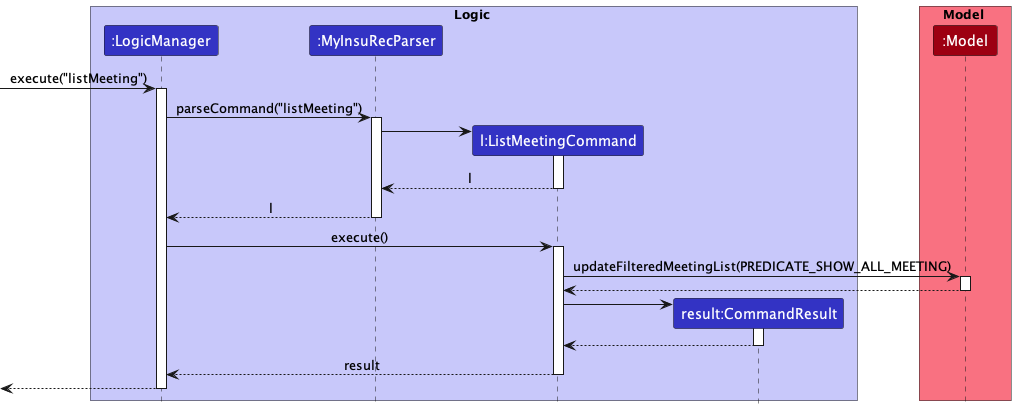
The PlantUML diagram docs/images/ListMeetingSequenceDiagram.png in nus-cs2103-AY2223S1/tp, before a commit. Source of this version:
```plantuml
@startuml
!include style.puml

box Logic LOGIC_COLOR_T1
participant ":LogicManager" as LogicManager LOGIC_COLOR
participant ":MyInsuRecParser" as MyInsuRecParser LOGIC_COLOR
participant "l:ListMeetingCommand" as ListMeetingCommand LOGIC_COLOR
participant "result:CommandResult" as CommandResult LOGIC_COLOR
end box

box Model MODEL_COLOR_T1
participant ":Model" as Model MODEL_COLOR
end box

[-> LogicManager : execute("listMeeting")
activate LogicManager

LogicManager -> MyInsuRecParser : parseCommand("listMeeting")
activate MyInsuRecParser

create ListMeetingCommand
MyInsuRecParser -> ListMeetingCommand
activate ListMeetingCommand

ListMeetingCommand --> MyInsuRecParser : l
deactivate ListMeetingCommand

MyInsuRecParser --> LogicManager : l
deactivate MyInsuRecParser

LogicManager -> ListMeetingCommand : execute()
activate ListMeetingCommand

ListMeetingCommand -> Model : updateFilteredMeetingList(PREDICATE_SHOW_ALL_MEETING)
activate Model

Model --> ListMeetingCommand
deactivate Model

create CommandResult
ListMeetingCommand -> CommandResult
activate CommandResult

CommandResult --> ListMeetingCommand
deactivate CommandResult

ListMeetingCommand --> LogicManager : result
deactivate ListMeetingCommand

[<--LogicManager
deactivate LogicManager
@enduml
```
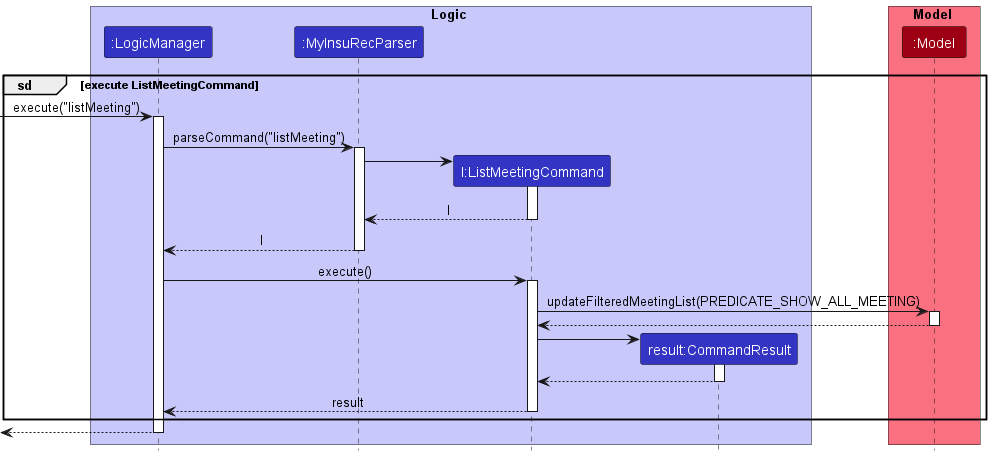
After the change.

Diff of the diagram source:
```diff
@@ -11,7 +11,7 @@
 box Model MODEL_COLOR_T1
 participant ":Model" as Model MODEL_COLOR
 end box
-
+group sd [execute ListMeetingCommand]
 [-> LogicManager : execute("listMeeting")
 activate LogicManager
 
@@ -47,6 +47,8 @@
 ListMeetingCommand --> LogicManager : result
 deactivate ListMeetingCommand
 
+end
+
 [<--LogicManager
 deactivate LogicManager
 @enduml
```
